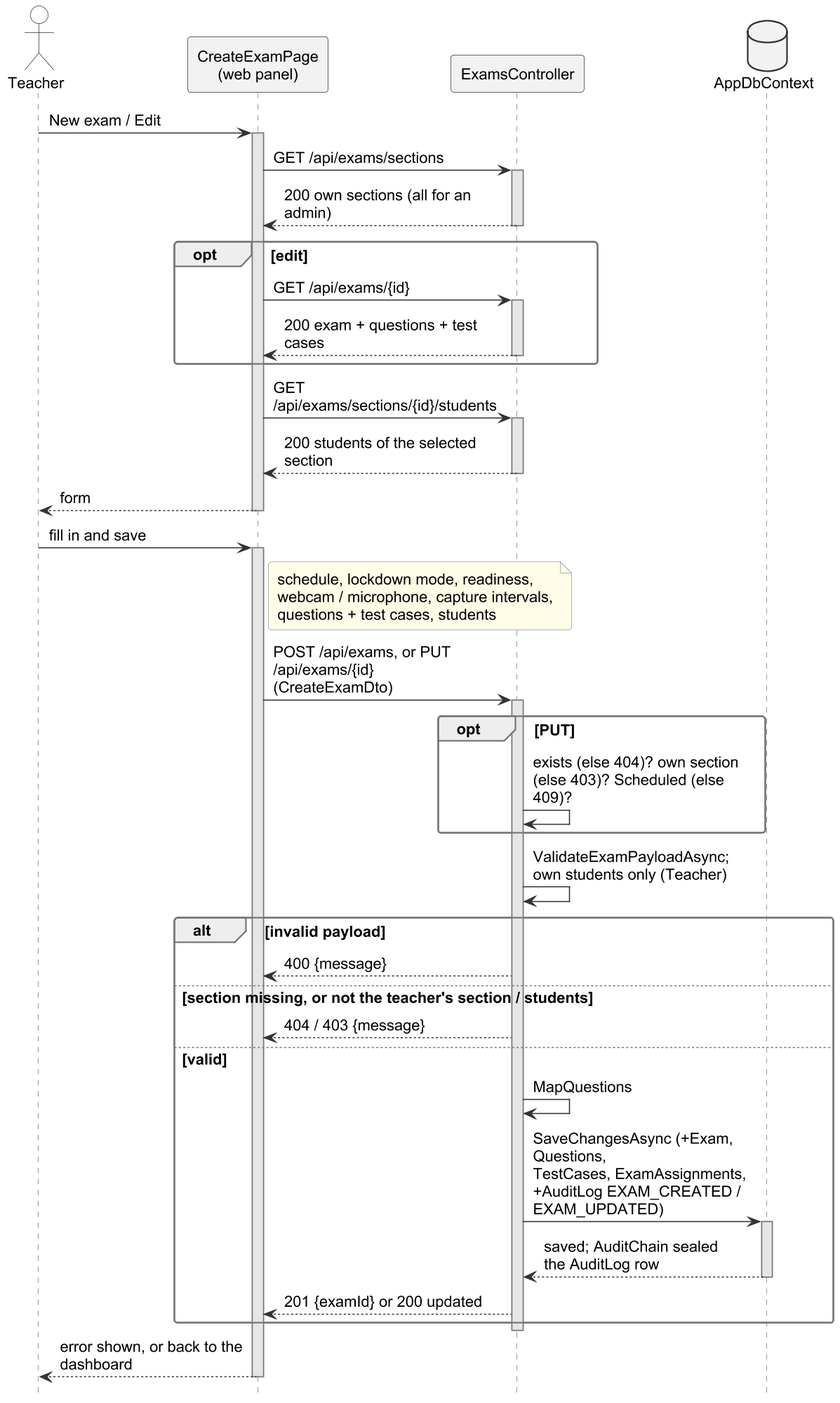
Before: important docs/fyp_doc_3chatp/Figures/seq_config.png, a diagram exported from PlantUML (Haiderali27-hub/AI-Lab-Monitoring-). Its source is kept beside it as important docs/fyp_doc_3chatp/Figures/src/seq_config.puml.
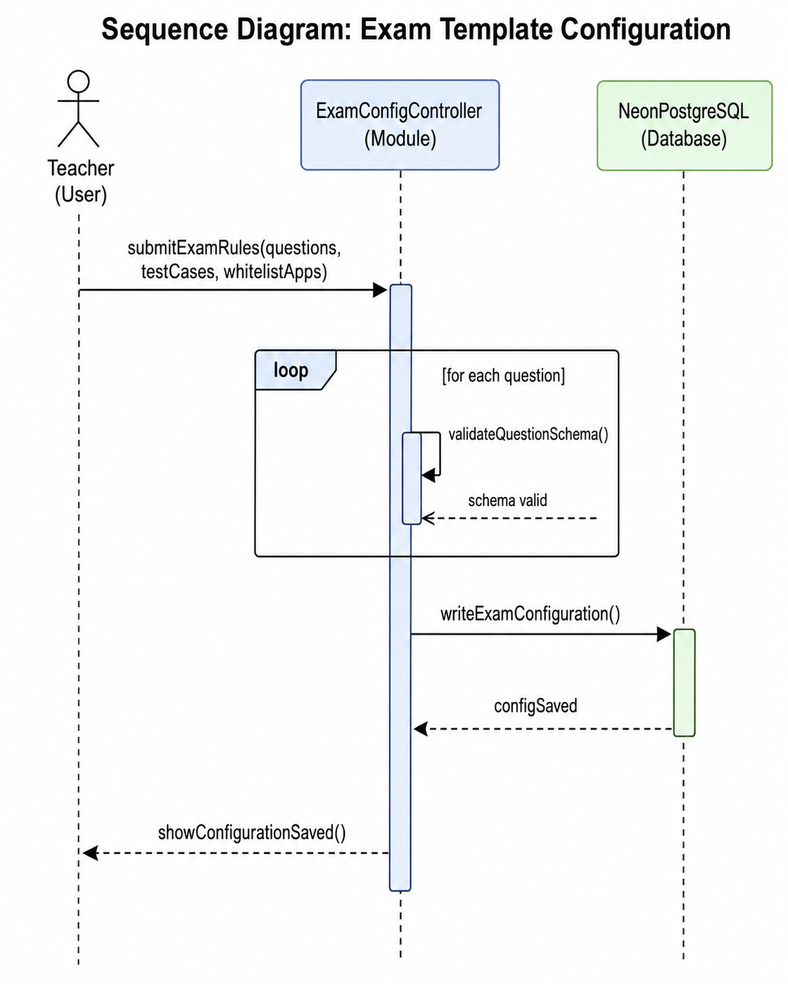
After the commit.

Change to the diagram source:
```diff
@@ -2,65 +2,58 @@
 !include style.iuml
 skinparam defaultFontSize 14
 skinparam ArrowFontSize 14
+skinparam maxMessageSize 200
 hide footbox
-skinparam ParticipantPadding 2
+hide unlinked
+skinparam ParticipantPadding 6
 skinparam BoxPadding 0
-skinparam maxMessageSize 200
 skinparam sequence {
   MessageAlign left
   LifeLineBackgroundColor #E6E6E6
 }
 
 actor Teacher
-participant "CreateExamPage\n(web panel)" as P
-participant "ExamsController" as EC
+participant "Create Exam\npage (web)" as P
+participant "Exams\nController" as EC
 database "AppDbContext" as DB
 
 Teacher -> P : New exam / Edit
 activate P
-P -> EC : GET /api/exams/sections
+P -> EC : get sections
 activate EC
-EC --> P : 200 own sections (all for an admin)
+EC --> P : own sections\n(all for an admin)
 deactivate EC
 opt edit
-  P -> EC : GET /api/exams/{id}
+  P -> EC : get exam
   activate EC
-  EC --> P : 200 exam + questions + test cases
+  EC --> P : exam, questions,\ntest cases
   deactivate EC
 end
-P -> EC : GET /api/exams/sections/{id}/students
+P -> EC : get section students
 activate EC
-EC --> P : 200 students of the selected section
+EC --> P : students
 deactivate EC
 P --> Teacher : form
 deactivate P
 
 Teacher -> P : fill in and save
 activate P
-note right of P
-schedule, lockdown mode, readiness,
-webcam / microphone, capture intervals,
-questions + test cases, students
-end note
-P -> EC : POST /api/exams, or PUT /api/exams/{id}\n(CreateExamDto)
+P -> EC : create or update exam
 activate EC
-opt PUT
-  EC -> EC : exists (else 404)? own section\n(else 403)? Scheduled (else 409)?
+opt update
+  EC -> EC : exists? own section?\nstill Scheduled?
 end
-EC -> EC : ValidateExamPayloadAsync;\nown students only (Teacher)
-alt invalid payload
-  EC --> P : 400 {message}
-else section missing, or not the teacher's section / students
-  EC --> P : 404 / 403 {message}
+EC -> EC : validate exam;\nown students only\n(teacher)
+alt invalid or not allowed
+  EC --> P : error message
 else valid
-  EC -> EC : MapQuestions
-  EC -> DB : SaveChangesAsync (+Exam, Questions,\nTestCases, ExamAssignments,\n+AuditLog EXAM_CREATED / EXAM_UPDATED)
+  EC -> DB : save exam, questions,\ntest cases, students\n+ audit entry
   activate DB
-  DB --> EC : saved; AuditChain sealed\nthe AuditLog row
+  DB --> EC : saved; audit entry sealed
   deactivate DB
-  EC --> P : 201 {examId} or 200 updated
+  EC --> P : created / updated
 end
 deactivate EC
-P --> Teacher : error shown, or back to the dashboard
+P --> Teacher : error, or back\nto the dashboard
 deactivate P
 @enduml
```
